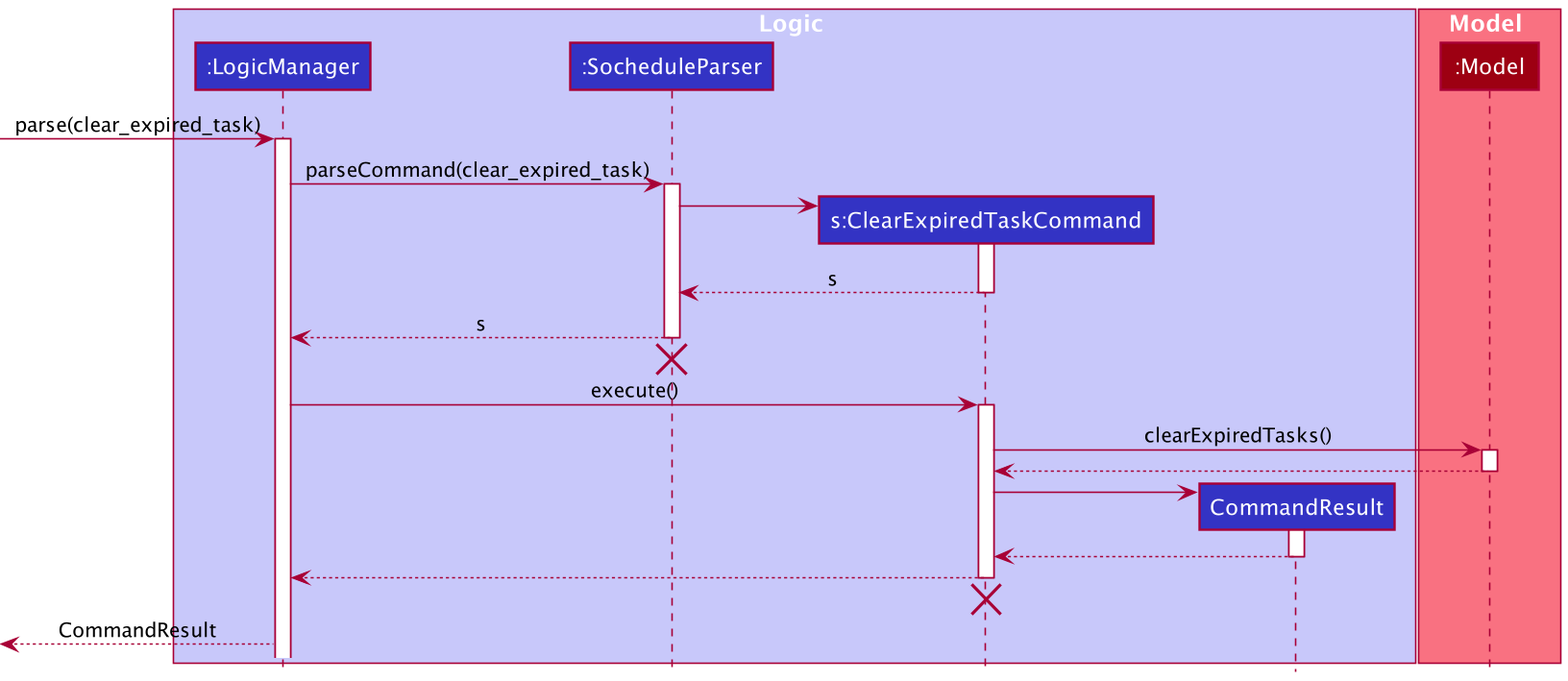
Earlier version of the PlantUML export docs/images/ClearExpiredTaskCommandSequenceDiagram.png (nus-cs2103-AY2021S2/tp). The source it was exported from:
```plantuml
@startuml
!include style.puml

box Logic LOGIC_COLOR_T1
participant ":LogicManager" as LogicManager LOGIC_COLOR
participant ":SocheduleParser" as SocheduleParser LOGIC_COLOR
participant "s:ClearExpiredTaskCommand" as ClearExpiredTaskCommand LOGIC_COLOR
participant "CommandResult" as CommandResult LOGIC_COLOR
end box

box Model MODEL_COLOR_T1
participant ":Model" as Model MODEL_COLOR
end box

[-> LogicManager : parse(clear_expired_task)
activate LogicManager

LogicManager -> SocheduleParser : parseCommand(clear_expired_task)
activate SocheduleParser

create ClearExpiredTaskCommand
SocheduleParser -> ClearExpiredTaskCommand
activate ClearExpiredTaskCommand
SocheduleParser <--ClearExpiredTaskCommand : s
deactivate ClearExpiredTaskCommand

LogicManager <-- SocheduleParser : s
deactivate SocheduleParser
SocheduleParser -[hidden]->[
destroy SocheduleParser

LogicManager -> ClearExpiredTaskCommand : execute()
activate ClearExpiredTaskCommand

ClearExpiredTaskCommand -> Model : clearExpiredTasks()
activate Model
ClearExpiredTaskCommand <-- Model
deactivate Model

create CommandResult
ClearExpiredTaskCommand -> CommandResult
activate CommandResult
ClearExpiredTaskCommand <-- CommandResult
deactivate CommandResult

LogicManager <-- ClearExpiredTaskCommand
deactivate ClearExpiredTaskCommand
ClearExpiredTaskCommand -[hidden]->[
destroy ClearExpiredTaskCommand

[<-- LogicManager : CommandResult
@enduml
```
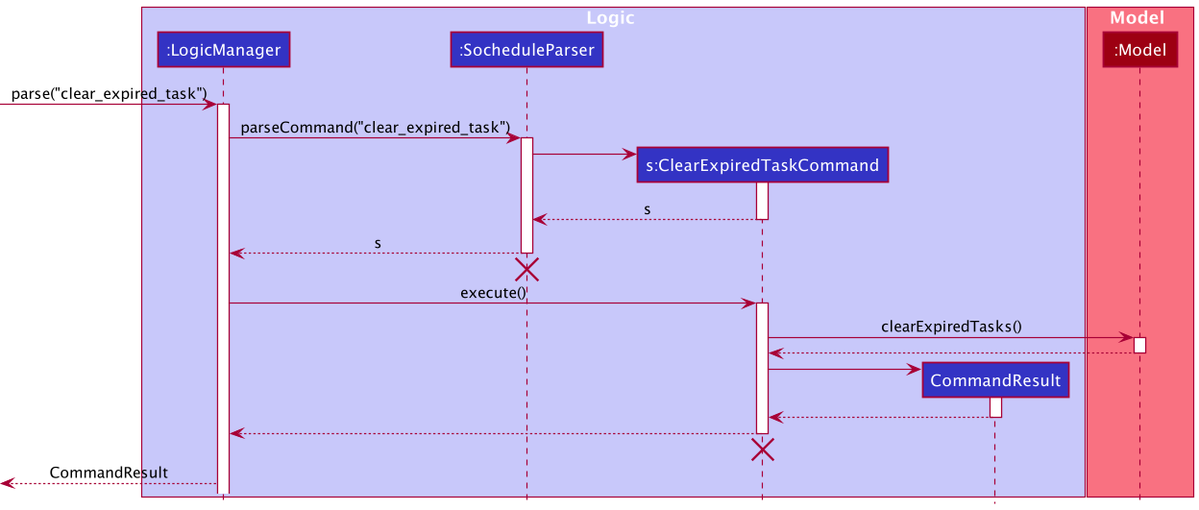
The same file after the commit.

Change to the diagram source:
```diff
@@ -12,10 +12,10 @@
 participant ":Model" as Model MODEL_COLOR
 end box
 
-[-> LogicManager : parse(clear_expired_task)
+[-> LogicManager : parse("clear_expired_task")
 activate LogicManager
 
-LogicManager -> SocheduleParser : parseCommand(clear_expired_task)
+LogicManager -> SocheduleParser : parseCommand("clear_expired_task")
 activate SocheduleParser
 
 create ClearExpiredTaskCommand
```
